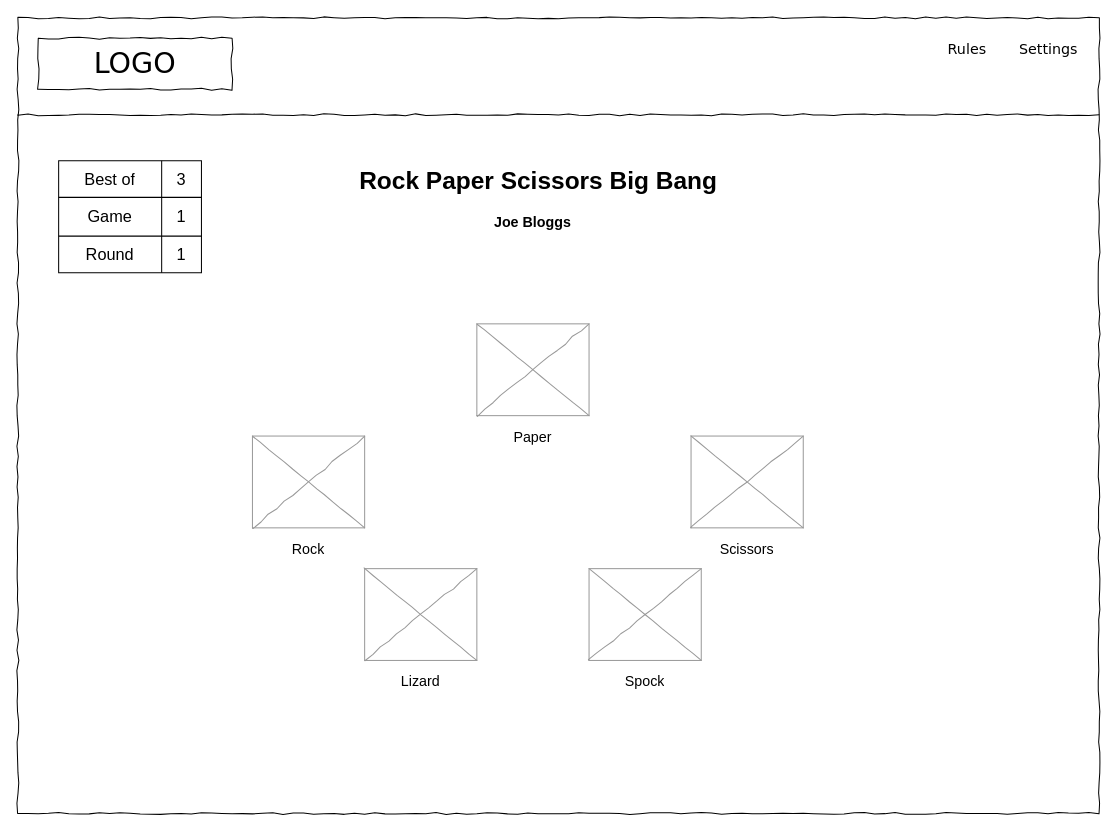
The draw.io diagram page "game-play-big-bang-large" (4 of 15) of design/rps-xtreme.drawio in ibuttimer/rock-paper-scissors-xtreme, before the edit. Source tidied: cells renumbered, new cells numbered last; positions are measured from the earlier drawing's top-left corner, leaving out a move shared by most shapes. Both pictures are drawn from the tidied source at 102%, with x=0, y=0 at pixel (17, 17).
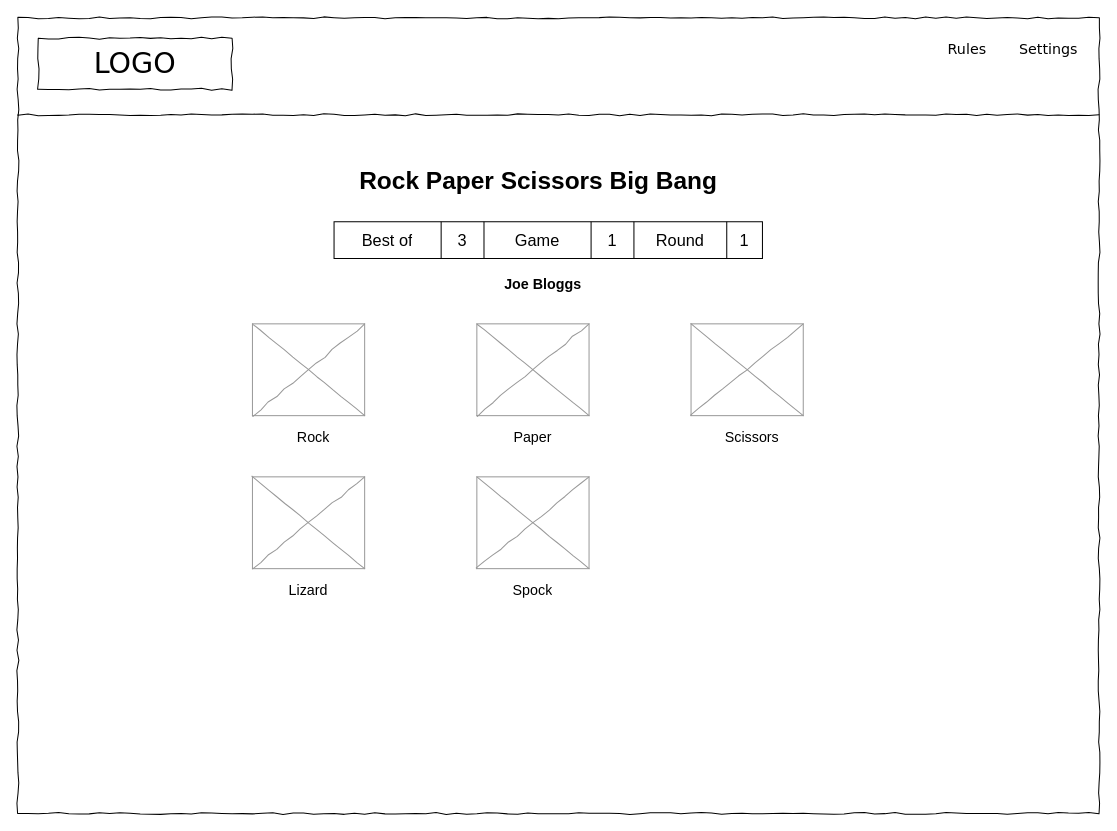
The same page after the edit.

The edit, as a diff of the source:
```diff
@@
     <mxCell id="8" style="verticalLabelPosition=bottom;shadow=0;dashed=0;align=center;html=1;verticalAlign=top;strokeWidth=1;shape=mxgraph.mockup.graphics.simpleIcon;strokeColor=#999999;rounded=0;labelBackgroundColor=none;fontFamily=Verdana;fontSize=14;fontColor=#000000;comic=1;" parent="1" vertex="1">
-      <mxGeometry x="230" y="410" width="110" height="90" as="geometry" />
+      <mxGeometry x="230" y="300" width="110" height="90" as="geometry" />
     </mxCell>
     <mxCell id="9" value="&lt;font style=&quot;font-size: 14px;&quot;&gt;Rock&lt;/font&gt;" style="text;html=1;strokeColor=none;fillColor=none;align=center;verticalAlign=middle;whiteSpace=wrap;overflow=hidden;" parent="1" vertex="1">
-      <mxGeometry x="245" y="510" width="80" height="20" as="geometry" />
+      <mxGeometry x="250" y="400" width="80" height="20" as="geometry" />
     </mxCell>
@@
     <mxCell id="12" style="verticalLabelPosition=bottom;shadow=0;dashed=0;align=center;html=1;verticalAlign=top;strokeWidth=1;shape=mxgraph.mockup.graphics.simpleIcon;strokeColor=#999999;rounded=0;labelBackgroundColor=none;fontFamily=Verdana;fontSize=14;fontColor=#000000;comic=1;" parent="1" vertex="1">
-      <mxGeometry x="660" y="410" width="110" height="90" as="geometry" />
+      <mxGeometry x="660" y="300" width="110" height="90" as="geometry" />
     </mxCell>
     <mxCell id="13" value="&lt;font style=&quot;font-size: 14px;&quot;&gt;Scissors&lt;/font&gt;" style="text;html=1;strokeColor=none;fillColor=none;align=center;verticalAlign=middle;whiteSpace=wrap;overflow=hidden;" parent="1" vertex="1">
-      <mxGeometry x="675" y="510" width="80" height="20" as="geometry" />
+      <mxGeometry x="680" y="400" width="80" height="20" as="geometry" />
     </mxCell>
     <mxCell id="14" style="verticalLabelPosition=bottom;shadow=0;dashed=0;align=center;html=1;verticalAlign=top;strokeWidth=1;shape=mxgraph.mockup.graphics.simpleIcon;strokeColor=#999999;rounded=0;labelBackgroundColor=none;fontFamily=Verdana;fontSize=14;fontColor=#000000;comic=1;" parent="1" vertex="1">
-      <mxGeometry x="340" y="540" width="110" height="90" as="geometry" />
+      <mxGeometry x="230" y="450" width="110" height="90" as="geometry" />
     </mxCell>
     <mxCell id="15" value="&lt;font style=&quot;font-size: 14px;&quot;&gt;Lizard&lt;/font&gt;" style="text;html=1;strokeColor=none;fillColor=none;align=center;verticalAlign=middle;whiteSpace=wrap;overflow=hidden;" parent="1" vertex="1">
-      <mxGeometry x="355" y="640" width="80" height="20" as="geometry" />
+      <mxGeometry x="245" y="550" width="80" height="20" as="geometry" />
     </mxCell>
     <mxCell id="16" style="verticalLabelPosition=bottom;shadow=0;dashed=0;align=center;html=1;verticalAlign=top;strokeWidth=1;shape=mxgraph.mockup.graphics.simpleIcon;strokeColor=#999999;rounded=0;labelBackgroundColor=none;fontFamily=Verdana;fontSize=14;fontColor=#000000;comic=1;" parent="1" vertex="1">
-      <mxGeometry x="560" y="540" width="110" height="90" as="geometry" />
+      <mxGeometry x="450" y="450" width="110" height="90" as="geometry" />
     </mxCell>
     <mxCell id="17" value="&lt;span style=&quot;font-size: 14px;&quot;&gt;Spock&lt;/span&gt;" style="text;html=1;strokeColor=none;fillColor=none;align=center;verticalAlign=middle;whiteSpace=wrap;overflow=hidden;" parent="1" vertex="1">
-      <mxGeometry x="575" y="640" width="80" height="20" as="geometry" />
+      <mxGeometry x="465" y="550" width="80" height="20" as="geometry" />
     </mxCell>
     <mxCell id="18" value="&lt;span style=&quot;font-size: 16px;&quot;&gt;&lt;b style=&quot;font-size: 14px;&quot;&gt;Joe Bloggs&lt;/b&gt;&lt;/span&gt;" style="text;html=1;strokeColor=none;fillColor=none;align=center;verticalAlign=middle;whiteSpace=wrap;overflow=hidden;" parent="1" vertex="1">
-      <mxGeometry x="425" y="180" width="160" height="40" as="geometry" />
+      <mxGeometry x="435" y="240" width="160" height="40" as="geometry" />
     </mxCell>
-    <mxCell id="19" style="shape=table;html=1;whiteSpace=wrap;startSize=0;childLayout=tableLayout;fontSize=16;" parent="1" vertex="1">
-      <mxGeometry x="40" y="140" width="140" height="110" as="geometry" />
-    </mxCell>
-    <mxCell id="20" style="shape=tableRow;horizontal=0;startSize=0;swimlaneHead=0;swimlaneBody=0;top=0;left=0;bottom=0;right=0;fillColor=none;fontSize=16;" parent="19" vertex="1">
-      <mxGeometry width="140" height="36" as="geometry" />
-    </mxCell>
+    <mxCell id="29" style="shape=table;html=1;whiteSpace=wrap;startSize=0;childLayout=tableLayout;fontSize=16;" parent="1" vertex="1">
+      <mxGeometry x="310" y="200" width="420" height="36" as="geometry" />
+    </mxCell>
+    <mxCell id="30" style="shape=tableRow;horizontal=0;startSize=0;swimlaneHead=0;swimlaneBody=0;top=0;left=0;bottom=0;right=0;fillColor=none;fontSize=16;" parent="29" vertex="1">
+      <mxGeometry width="420" height="36" as="geometry" />
+    </mxCell>
-    <mxCell id="21" value="Best of" style="shape=partialRectangle;html=1;whiteSpace=wrap;fillColor=none;top=0;left=0;bottom=0;right=0;overflow=hidden;fontSize=16;" parent="20" vertex="1">
-      <mxGeometry width="101" height="36" as="geometry" />
+    <mxCell id="21" value="Best of" style="shape=partialRectangle;html=1;whiteSpace=wrap;fillColor=none;top=0;left=0;bottom=0;right=0;overflow=hidden;fontSize=16;" parent="30" vertex="1">
+      <mxGeometry width="105" height="36" as="geometry" />
     </mxCell>
-    <mxCell id="22" value="3" style="shape=partialRectangle;html=1;whiteSpace=wrap;fillColor=none;top=0;left=0;bottom=0;right=0;overflow=hidden;fontSize=16;" parent="20" vertex="1">
-      <mxGeometry x="101" width="39" height="36" as="geometry" />
+    <mxCell id="22" value="3" style="shape=partialRectangle;html=1;whiteSpace=wrap;fillColor=none;top=0;left=0;bottom=0;right=0;overflow=hidden;fontSize=16;" parent="30" vertex="1">
+      <mxGeometry x="105" width="42" height="36" as="geometry" />
     </mxCell>
-    <mxCell id="23" style="shape=tableRow;horizontal=0;startSize=0;swimlaneHead=0;swimlaneBody=0;top=0;left=0;bottom=0;right=0;fillColor=none;fontSize=16;" parent="19" vertex="1">
-      <mxGeometry y="36" width="140" height="38" as="geometry" />
-    </mxCell>
-    <mxCell id="24" value="Game" style="shape=partialRectangle;html=1;whiteSpace=wrap;fillColor=none;top=0;left=0;bottom=0;right=0;overflow=hidden;fontSize=16;" parent="23" vertex="1">
-      <mxGeometry width="101" height="38" as="geometry" />
+    <mxCell id="24" value="Game" style="shape=partialRectangle;html=1;whiteSpace=wrap;fillColor=none;top=0;left=0;bottom=0;right=0;overflow=hidden;fontSize=16;" parent="30" vertex="1">
+      <mxGeometry x="147" width="105" height="36" as="geometry" />
     </mxCell>
-    <mxCell id="25" value="1" style="shape=partialRectangle;html=1;whiteSpace=wrap;fillColor=none;top=0;left=0;bottom=0;right=0;overflow=hidden;fontSize=16;" parent="23" vertex="1">
-      <mxGeometry x="101" width="39" height="38" as="geometry" />
-    </mxCell>
-    <mxCell id="26" style="shape=tableRow;horizontal=0;startSize=0;swimlaneHead=0;swimlaneBody=0;top=0;left=0;bottom=0;right=0;fillColor=none;fontSize=16;" parent="19" vertex="1">
-      <mxGeometry y="74" width="140" height="36" as="geometry" />
-    </mxCell>
+    <mxCell id="31" value="1" style="shape=partialRectangle;html=1;whiteSpace=wrap;fillColor=none;top=0;left=0;bottom=0;right=0;overflow=hidden;fontSize=16;" parent="30" vertex="1">
+      <mxGeometry x="252" width="42" height="36" as="geometry" />
+    </mxCell>
-    <mxCell id="27" value="Round" style="shape=partialRectangle;html=1;whiteSpace=wrap;fillColor=none;top=0;left=0;bottom=0;right=0;overflow=hidden;fontSize=16;" parent="26" vertex="1">
-      <mxGeometry width="101" height="36" as="geometry" />
+    <mxCell id="27" value="Round" style="shape=partialRectangle;html=1;whiteSpace=wrap;fillColor=none;top=0;left=0;bottom=0;right=0;overflow=hidden;fontSize=16;" parent="30" vertex="1">
+      <mxGeometry x="294" width="91" height="36" as="geometry" />
     </mxCell>
-    <mxCell id="28" value="1" style="shape=partialRectangle;html=1;whiteSpace=wrap;fillColor=none;top=0;left=0;bottom=0;right=0;overflow=hidden;fontSize=16;" parent="26" vertex="1">
-      <mxGeometry x="101" width="39" height="36" as="geometry" />
-    </mxCell>
+    <mxCell id="32" value="1" style="shape=partialRectangle;html=1;whiteSpace=wrap;fillColor=none;top=0;left=0;bottom=0;right=0;overflow=hidden;fontSize=16;" parent="30" vertex="1">
+      <mxGeometry x="385" width="35" height="36" as="geometry" />
+    </mxCell>
```
